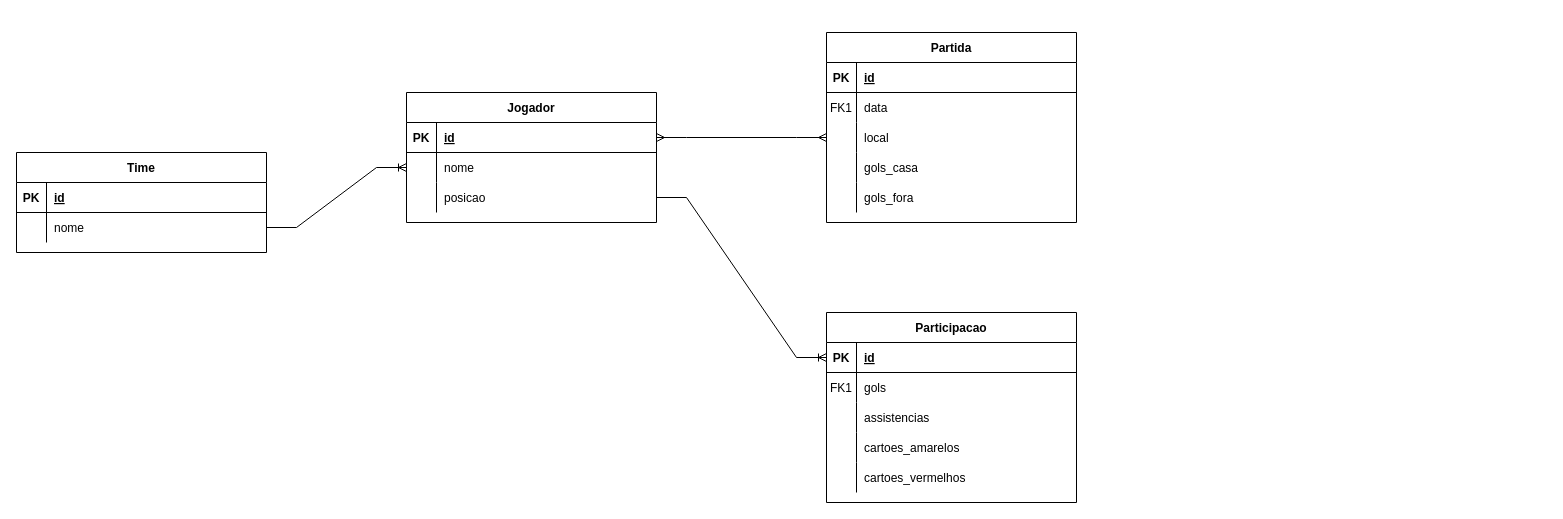
KauanHK/diagramas keeps this draw.io diagram as Diagram_er.drawio. Above is the earlier version. Source tidied: cells renumbered, new cells numbered last; positions are measured from the earlier drawing's top-left corner, leaving out a move shared by most shapes. Both pictures are drawn from the tidied source at 100%, with x=0, y=0 at pixel (16, 32).
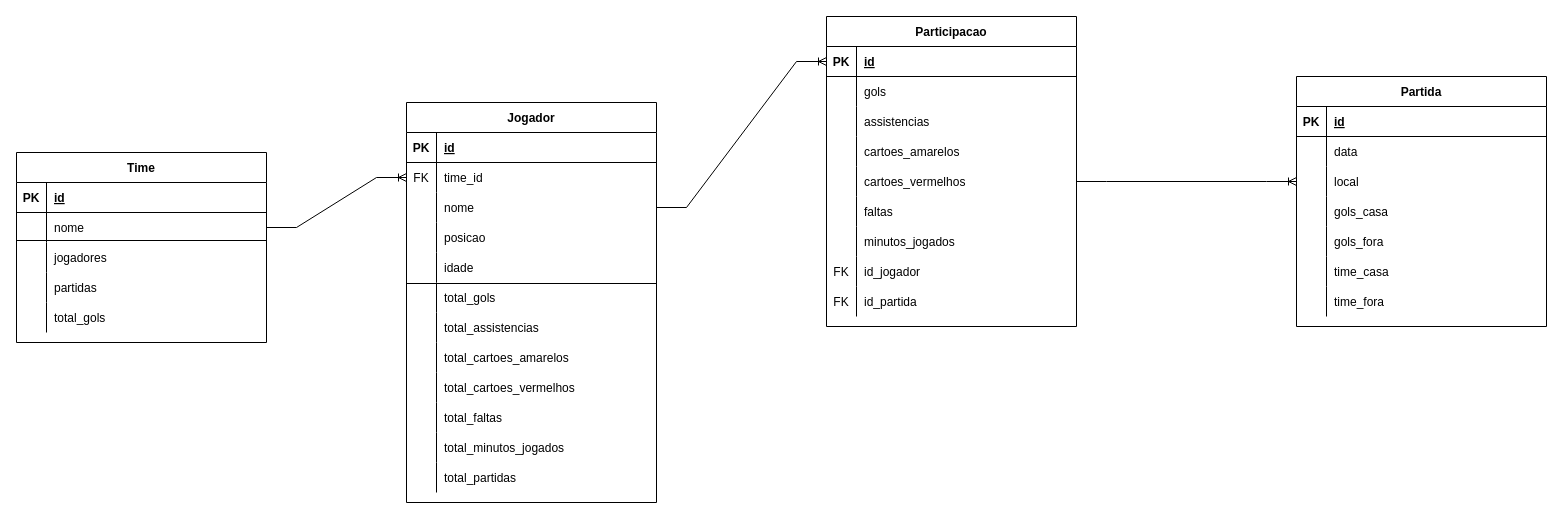
Above is the later version.

The change refers to these unchanged cells:
```xml
<mxCell id="3" style="shape=partialRectangle;fillColor=none;points=[[0,0.5],[1,0.5]];portConstraint=eastwest;top=0;left=0;right=0;bottom=1;" parent="2" vertex="1">
  <mxGeometry y="30" width="250" height="30" as="geometry" />
</mxCell>
<mxCell id="6" style="shape=partialRectangle;fillColor=none;points=[[0,0.5],[1,0.5]];portConstraint=eastwest;top=0;left=0;right=0;bottom=0;" parent="2" vertex="1">
  <mxGeometry y="60" width="250" height="30" as="geometry" />
</mxCell>
<mxCell id="9" style="shape=partialRectangle;fillColor=none;points=[[0,0.5],[1,0.5]];portConstraint=eastwest;top=0;left=0;right=0;bottom=0;" parent="2" vertex="1">
  <mxGeometry y="90" width="250" height="30" as="geometry" />
</mxCell>
<mxCell id="16" style="shape=partialRectangle;fillColor=none;top=0;left=0;right=0;bottom=0;" parent="12" vertex="1">
  <mxGeometry y="60" width="250" height="30" as="geometry" />
</mxCell>
<mxCell id="19" style="shape=partialRectangle;fillColor=none;points=[[0,0.5],[1,0.5]];portConstraint=eastwest;top=0;left=0;right=0;bottom=0;" parent="12" vertex="1">
  <mxGeometry y="90" width="250" height="30" as="geometry" />
</mxCell>
<mxCell id="32" style="shape=partialRectangle;fillColor=none;top=0;left=0;right=0;bottom=0;" parent="28" vertex="1">
  <mxGeometry y="60" width="250" height="30" as="geometry" />
</mxCell>
<mxCell id="41" style="shape=partialRectangle;fillColor=none;points=[[0,0.5],[1,0.5]];portConstraint=eastwest;top=0;left=0;right=0;bottom=0;" parent="28" vertex="1">
  <mxGeometry y="150" width="250" height="30" as="geometry" />
</mxCell>
```

What changed in the source:
```diff
@@
     <mxCell id="2" value="Jogador" style="shape=table;startSize=30;childLayout=tableLayout;rowLines=0;fontStyle=1;align=center;" parent="1" vertex="1">
-      <mxGeometry x="390" y="60" width="250" height="130" as="geometry" />
+      <mxGeometry x="390" y="70" width="250" height="400" as="geometry" />
     </mxCell>
@@
-    <mxCell id="7" style="shape=partialRectangle;overflow=hidden;fillColor=none;top=0;left=0;bottom=0;right=0;" parent="6" vertex="1">
+    <mxCell id="7" value="FK" style="shape=partialRectangle;overflow=hidden;fillColor=none;top=0;left=0;bottom=0;right=0;" parent="6" vertex="1">
       <mxGeometry width="30" height="30" as="geometry" />
     </mxCell>
-    <mxCell id="8" value="nome" style="shape=partialRectangle;overflow=hidden;fillColor=none;top=0;left=0;bottom=0;right=0;align=left;spacingLeft=6;" parent="6" vertex="1">
+    <mxCell id="8" value="time_id" style="shape=partialRectangle;overflow=hidden;fillColor=none;top=0;left=0;bottom=0;right=0;align=left;spacingLeft=6;" parent="6" vertex="1">
       <mxGeometry x="30" width="220" height="30" as="geometry" />
     </mxCell>
@@
-    <mxCell id="11" value="posicao" style="shape=partialRectangle;overflow=hidden;fillColor=none;top=0;left=0;bottom=0;right=0;align=left;spacingLeft=6;" parent="9" vertex="1">
+    <mxCell id="11" value="nome" style="shape=partialRectangle;overflow=hidden;fillColor=none;top=0;left=0;bottom=0;right=0;align=left;spacingLeft=6;" parent="9" vertex="1">
       <mxGeometry x="30" width="220" height="30" as="geometry" />
     </mxCell>
+    <mxCell id="54" style="shape=partialRectangle;fillColor=none;top=0;left=0;right=0;bottom=0;" parent="2" vertex="1">
+      <mxGeometry y="120" width="250" height="30" as="geometry" />
+    </mxCell>
+    <mxCell id="55" style="shape=partialRectangle;overflow=hidden;fillColor=none;top=0;left=0;bottom=0;right=0;" parent="54" vertex="1">
+      <mxGeometry width="30" height="30" as="geometry" />
+    </mxCell>
+    <mxCell id="56" value="posicao" style="shape=partialRectangle;overflow=hidden;fillColor=none;top=0;left=0;bottom=0;right=0;align=left;spacingLeft=6;" parent="54" vertex="1">
+      <mxGeometry x="30" width="220" height="30" as="geometry" />
+    </mxCell>
+    <mxCell id="57" style="shape=partialRectangle;fillColor=none;top=0;left=0;right=0;bottom=0;" parent="2" vertex="1">
+      <mxGeometry y="150" width="250" height="30" as="geometry" />
+    </mxCell>
+    <mxCell id="58" style="shape=partialRectangle;overflow=hidden;fillColor=none;top=0;left=0;bottom=0;right=0;" parent="57" vertex="1">
+      <mxGeometry width="30" height="30" as="geometry" />
+    </mxCell>
+    <mxCell id="59" value="idade" style="shape=partialRectangle;overflow=hidden;fillColor=none;top=0;left=0;bottom=0;right=0;align=left;spacingLeft=6;" parent="57" vertex="1">
+      <mxGeometry x="30" width="220" height="30" as="geometry" />
+    </mxCell>
+    <mxCell id="60" style="shape=partialRectangle;fillColor=none;top=0;left=0;right=0;bottom=0;" parent="2" vertex="1">
+      <mxGeometry y="180" width="250" height="30" as="geometry" />
+    </mxCell>
+    <mxCell id="61" style="shape=partialRectangle;overflow=hidden;fillColor=none;top=0;left=0;bottom=0;right=0;" parent="60" vertex="1">
+      <mxGeometry width="30" height="30" as="geometry" />
+    </mxCell>
+    <mxCell id="62" value="total_gols" style="shape=partialRectangle;overflow=hidden;fillColor=none;top=0;left=0;bottom=0;right=0;align=left;spacingLeft=6;" parent="60" vertex="1">
+      <mxGeometry x="30" width="220" height="30" as="geometry" />
+    </mxCell>
+    <mxCell id="63" style="shape=partialRectangle;fillColor=none;top=0;left=0;right=0;bottom=0;" parent="2" vertex="1">
+      <mxGeometry y="210" width="250" height="30" as="geometry" />
+    </mxCell>
+    <mxCell id="64" style="shape=partialRectangle;overflow=hidden;fillColor=none;top=0;left=0;bottom=0;right=0;" parent="63" vertex="1">
+      <mxGeometry width="30" height="30" as="geometry" />
+    </mxCell>
+    <mxCell id="65" value="total_assistencias" style="shape=partialRectangle;overflow=hidden;fillColor=none;top=0;left=0;bottom=0;right=0;align=left;spacingLeft=6;" parent="63" vertex="1">
+      <mxGeometry x="30" width="220" height="30" as="geometry" />
+    </mxCell>
+    <mxCell id="66" style="shape=partialRectangle;fillColor=none;top=0;left=0;right=0;bottom=0;" parent="2" vertex="1">
+      <mxGeometry y="240" width="250" height="30" as="geometry" />
+    </mxCell>
+    <mxCell id="67" style="shape=partialRectangle;overflow=hidden;fillColor=none;top=0;left=0;bottom=0;right=0;" parent="66" vertex="1">
+      <mxGeometry width="30" height="30" as="geometry" />
+    </mxCell>
+    <mxCell id="68" value="total_cartoes_amarelos" style="shape=partialRectangle;overflow=hidden;fillColor=none;top=0;left=0;bottom=0;right=0;align=left;spacingLeft=6;" parent="66" vertex="1">
+      <mxGeometry x="30" width="220" height="30" as="geometry" />
+    </mxCell>
+    <mxCell id="69" style="shape=partialRectangle;fillColor=none;top=0;left=0;right=0;bottom=0;" parent="2" vertex="1">
+      <mxGeometry y="270" width="250" height="30" as="geometry" />
+    </mxCell>
+    <mxCell id="70" style="shape=partialRectangle;overflow=hidden;fillColor=none;top=0;left=0;bottom=0;right=0;" parent="69" vertex="1">
+      <mxGeometry width="30" height="30" as="geometry" />
+    </mxCell>
+    <mxCell id="71" value="total_cartoes_vermelhos" style="shape=partialRectangle;overflow=hidden;fillColor=none;top=0;left=0;bottom=0;right=0;align=left;spacingLeft=6;" parent="69" vertex="1">
+      <mxGeometry x="30" width="220" height="30" as="geometry" />
+    </mxCell>
+    <mxCell id="72" style="shape=partialRectangle;fillColor=none;top=0;left=0;right=0;bottom=0;" parent="2" vertex="1">
+      <mxGeometry y="300" width="250" height="30" as="geometry" />
+    </mxCell>
+    <mxCell id="73" style="shape=partialRectangle;overflow=hidden;fillColor=none;top=0;left=0;bottom=0;right=0;" parent="72" vertex="1">
+      <mxGeometry width="30" height="30" as="geometry" />
+    </mxCell>
+    <mxCell id="74" value="total_faltas" style="shape=partialRectangle;overflow=hidden;fillColor=none;top=0;left=0;bottom=0;right=0;align=left;spacingLeft=6;" parent="72" vertex="1">
+      <mxGeometry x="30" width="220" height="30" as="geometry" />
+    </mxCell>
+    <mxCell id="75" style="shape=partialRectangle;fillColor=none;top=0;left=0;right=0;bottom=0;" parent="2" vertex="1">
+      <mxGeometry y="330" width="250" height="30" as="geometry" />
+    </mxCell>
+    <mxCell id="76" style="shape=partialRectangle;overflow=hidden;fillColor=none;top=0;left=0;bottom=0;right=0;" parent="75" vertex="1">
+      <mxGeometry width="30" height="30" as="geometry" />
+    </mxCell>
+    <mxCell id="77" value="total_minutos_jogados" style="shape=partialRectangle;overflow=hidden;fillColor=none;top=0;left=0;bottom=0;right=0;align=left;spacingLeft=6;" parent="75" vertex="1">
+      <mxGeometry x="30" width="220" height="30" as="geometry" />
+    </mxCell>
+    <mxCell id="78" style="shape=partialRectangle;fillColor=none;top=0;left=0;right=0;bottom=0;" parent="2" vertex="1">
+      <mxGeometry y="360" width="250" height="30" as="geometry" />
+    </mxCell>
+    <mxCell id="79" style="shape=partialRectangle;overflow=hidden;fillColor=none;top=0;left=0;bottom=0;right=0;" parent="78" vertex="1">
+      <mxGeometry width="30" height="30" as="geometry" />
+    </mxCell>
+    <mxCell id="80" value="total_partidas" style="shape=partialRectangle;overflow=hidden;fillColor=none;top=0;left=0;bottom=0;right=0;align=left;spacingLeft=6;" parent="78" vertex="1">
+      <mxGeometry x="30" width="220" height="30" as="geometry" />
+    </mxCell>
     <mxCell id="12" value="Partida" style="shape=table;startSize=30;childLayout=tableLayout;rowLines=0;fontStyle=1;align=center;" parent="1" vertex="1">
-      <mxGeometry x="810" width="250" height="190" as="geometry" />
+      <mxGeometry x="1280" y="44" width="250" height="250" as="geometry" />
     </mxCell>
@@
-    <mxCell id="17" value="FK1" style="shape=partialRectangle;overflow=hidden;fillColor=none;top=0;left=0;bottom=0;right=0;" parent="16" vertex="1">
+    <mxCell id="17" style="shape=partialRectangle;overflow=hidden;fillColor=none;top=0;left=0;bottom=0;right=0;" parent="16" vertex="1">
       <mxGeometry width="30" height="30" as="geometry" />
     </mxCell>
@@
+    <mxCell id="81" style="shape=partialRectangle;fillColor=none;top=0;left=0;right=0;bottom=0;" parent="12" vertex="1">
+      <mxGeometry y="180" width="250" height="30" as="geometry" />
+    </mxCell>
+    <mxCell id="82" style="shape=partialRectangle;overflow=hidden;fillColor=none;top=0;left=0;bottom=0;right=0;" parent="81" vertex="1">
+      <mxGeometry width="30" height="30" as="geometry" />
+    </mxCell>
+    <mxCell id="83" value="time_casa" style="shape=partialRectangle;overflow=hidden;fillColor=none;top=0;left=0;bottom=0;right=0;align=left;spacingLeft=6;" parent="81" vertex="1">
+      <mxGeometry x="30" width="220" height="30" as="geometry" />
+    </mxCell>
+    <mxCell id="84" style="shape=partialRectangle;fillColor=none;top=0;left=0;right=0;bottom=0;" parent="12" vertex="1">
+      <mxGeometry y="210" width="250" height="30" as="geometry" />
+    </mxCell>
+    <mxCell id="85" style="shape=partialRectangle;overflow=hidden;fillColor=none;top=0;left=0;bottom=0;right=0;" parent="84" vertex="1">
+      <mxGeometry width="30" height="30" as="geometry" />
+    </mxCell>
+    <mxCell id="86" value="time_fora" style="shape=partialRectangle;overflow=hidden;fillColor=none;top=0;left=0;bottom=0;right=0;align=left;spacingLeft=6;" parent="84" vertex="1">
+      <mxGeometry x="30" width="220" height="30" as="geometry" />
+    </mxCell>
     <mxCell id="28" value="Participacao" style="shape=table;startSize=30;childLayout=tableLayout;rowLines=0;fontStyle=1;align=center;" parent="1" vertex="1">
-      <mxGeometry x="810" y="280" width="250" height="190" as="geometry" />
+      <mxGeometry x="810" y="-16" width="250" height="310" as="geometry" />
     </mxCell>
@@
-    <mxCell id="33" value="FK1" style="shape=partialRectangle;overflow=hidden;fillColor=none;top=0;left=0;bottom=0;right=0;" parent="32" vertex="1">
+    <mxCell id="33" style="shape=partialRectangle;overflow=hidden;fillColor=none;top=0;left=0;bottom=0;right=0;" parent="32" vertex="1">
       <mxGeometry width="30" height="30" as="geometry" />
     </mxCell>
@@
+    <mxCell id="87" style="shape=partialRectangle;fillColor=none;top=0;left=0;right=0;bottom=0;" parent="28" vertex="1">
+      <mxGeometry y="180" width="250" height="30" as="geometry" />
+    </mxCell>
+    <mxCell id="88" style="shape=partialRectangle;overflow=hidden;fillColor=none;top=0;left=0;bottom=0;right=0;" parent="87" vertex="1">
+      <mxGeometry width="30" height="30" as="geometry" />
+    </mxCell>
+    <mxCell id="89" value="faltas" style="shape=partialRectangle;overflow=hidden;fillColor=none;top=0;left=0;bottom=0;right=0;align=left;spacingLeft=6;" parent="87" vertex="1">
+      <mxGeometry x="30" width="220" height="30" as="geometry" />
+    </mxCell>
+    <mxCell id="90" style="shape=partialRectangle;fillColor=none;top=0;left=0;right=0;bottom=0;" parent="28" vertex="1">
+      <mxGeometry y="210" width="250" height="30" as="geometry" />
+    </mxCell>
+    <mxCell id="91" style="shape=partialRectangle;overflow=hidden;fillColor=none;top=0;left=0;bottom=0;right=0;" parent="90" vertex="1">
+      <mxGeometry width="30" height="30" as="geometry" />
+    </mxCell>
+    <mxCell id="92" value="minutos_jogados" style="shape=partialRectangle;overflow=hidden;fillColor=none;top=0;left=0;bottom=0;right=0;align=left;spacingLeft=6;" parent="90" vertex="1">
+      <mxGeometry x="30" width="220" height="30" as="geometry" />
+    </mxCell>
+    <mxCell id="93" style="shape=partialRectangle;fillColor=none;top=0;left=0;right=0;bottom=0;" parent="28" vertex="1">
+      <mxGeometry y="240" width="250" height="30" as="geometry" />
+    </mxCell>
+    <mxCell id="94" value="FK" style="shape=partialRectangle;overflow=hidden;fillColor=none;top=0;left=0;bottom=0;right=0;" parent="93" vertex="1">
+      <mxGeometry width="30" height="30" as="geometry" />
+    </mxCell>
+    <mxCell id="95" value="id_jogador" style="shape=partialRectangle;overflow=hidden;fillColor=none;top=0;left=0;bottom=0;right=0;align=left;spacingLeft=6;" parent="93" vertex="1">
+      <mxGeometry x="30" width="220" height="30" as="geometry" />
+    </mxCell>
+    <mxCell id="96" style="shape=partialRectangle;fillColor=none;top=0;left=0;right=0;bottom=0;" parent="28" vertex="1">
+      <mxGeometry y="270" width="250" height="30" as="geometry" />
+    </mxCell>
+    <mxCell id="97" value="FK" style="shape=partialRectangle;overflow=hidden;fillColor=none;top=0;left=0;bottom=0;right=0;" parent="96" vertex="1">
+      <mxGeometry width="30" height="30" as="geometry" />
+    </mxCell>
+    <mxCell id="98" value="id_partida" style="shape=partialRectangle;overflow=hidden;fillColor=none;top=0;left=0;bottom=0;right=0;align=left;spacingLeft=6;" parent="96" vertex="1">
+      <mxGeometry x="30" width="220" height="30" as="geometry" />
+    </mxCell>
@@
     <mxCell id="45" value="Time" style="shape=table;startSize=30;childLayout=tableLayout;rowLines=0;fontStyle=1;align=center;" parent="1" vertex="1">
-      <mxGeometry y="120" width="250" height="100" as="geometry" />
+      <mxGeometry y="120" width="250" height="190" as="geometry" />
     </mxCell>
@@
-    <mxCell id="52" style="edgeStyle=entityRelationEdgeStyle;fontSize=12;html=1;endArrow=ERmany;startArrow=ERmany;rounded=0;entryX=1;entryY=0.5;entryDx=0;entryDy=0;exitX=0;exitY=0.5;exitDx=0;exitDy=0;" parent="1" edge="1" source="19" target="3">
-      <mxGeometry relative="1" as="geometry" />
-    </mxCell>
+    <mxCell id="99" style="shape=partialRectangle;fillColor=none;top=0;left=0;right=0;bottom=0;" parent="45" vertex="1">
+      <mxGeometry y="90" width="250" height="30" as="geometry" />
+    </mxCell>
+    <mxCell id="100" style="shape=partialRectangle;overflow=hidden;fillColor=none;top=0;left=0;bottom=0;right=0;" parent="99" vertex="1">
+      <mxGeometry width="30" height="30" as="geometry" />
+    </mxCell>
+    <mxCell id="101" value="jogadores" style="shape=partialRectangle;overflow=hidden;fillColor=none;top=0;left=0;bottom=0;right=0;align=left;spacingLeft=6;" parent="99" vertex="1">
+      <mxGeometry x="30" width="220" height="30" as="geometry" />
+    </mxCell>
+    <mxCell id="102" style="shape=partialRectangle;fillColor=none;top=0;left=0;right=0;bottom=0;" parent="45" vertex="1">
+      <mxGeometry y="120" width="250" height="30" as="geometry" />
+    </mxCell>
+    <mxCell id="103" style="shape=partialRectangle;overflow=hidden;fillColor=none;top=0;left=0;bottom=0;right=0;" parent="102" vertex="1">
+      <mxGeometry width="30" height="30" as="geometry" />
+    </mxCell>
+    <mxCell id="104" value="partidas" style="shape=partialRectangle;overflow=hidden;fillColor=none;top=0;left=0;bottom=0;right=0;align=left;spacingLeft=6;" parent="102" vertex="1">
+      <mxGeometry x="30" width="220" height="30" as="geometry" />
+    </mxCell>
+    <mxCell id="105" style="shape=partialRectangle;fillColor=none;top=0;left=0;right=0;bottom=0;" parent="45" vertex="1">
+      <mxGeometry y="150" width="250" height="30" as="geometry" />
+    </mxCell>
+    <mxCell id="106" value="&#10;" style="shape=partialRectangle;overflow=hidden;fillColor=none;top=0;left=0;bottom=0;right=0;" parent="105" vertex="1">
+      <mxGeometry width="30" height="30" as="geometry" />
+    </mxCell>
+    <mxCell id="107" value="total_gols" style="shape=partialRectangle;overflow=hidden;fillColor=none;top=0;left=0;bottom=0;right=0;align=left;spacingLeft=6;" parent="105" vertex="1">
+      <mxGeometry x="30" width="220" height="30" as="geometry" />
+    </mxCell>
@@
+    <mxCell id="108" style="edgeStyle=entityRelationEdgeStyle;fontSize=12;html=1;endArrow=ERoneToMany;rounded=0;exitX=1;exitY=0.5;exitDx=0;exitDy=0;entryX=0;entryY=0.5;entryDx=0;entryDy=0;" parent="1" edge="1" source="41" target="19">
+      <mxGeometry relative="1" as="geometry">
+        <Array as="points">
+          <mxPoint x="340" y="555" />
+          <mxPoint x="400" y="585" />
+          <mxPoint x="330" y="505" />
+          <mxPoint x="310" y="465" />
+          <mxPoint x="330" y="485" />
+          <mxPoint x="340" y="495" />
+          <mxPoint x="310" y="415" />
+          <mxPoint x="330" y="445" />
+        </Array>
+      </mxGeometry>
+    </mxCell>
+    <mxCell id="109" style="line;strokeWidth=1;dashed=0;labelPosition=right;align=left;verticalAlign=middle;spacingTop=0;spacingLeft=6;" parent="1" vertex="1">
+      <mxGeometry x="390" y="246" width="250" height="10" as="geometry" />
+    </mxCell>
+    <mxCell id="110" style="line;strokeWidth=1;dashed=0;labelPosition=right;align=left;verticalAlign=middle;spacingTop=0;spacingLeft=6;" parent="1" vertex="1">
+      <mxGeometry y="203" width="250" height="10" as="geometry" />
+    </mxCell>
```
